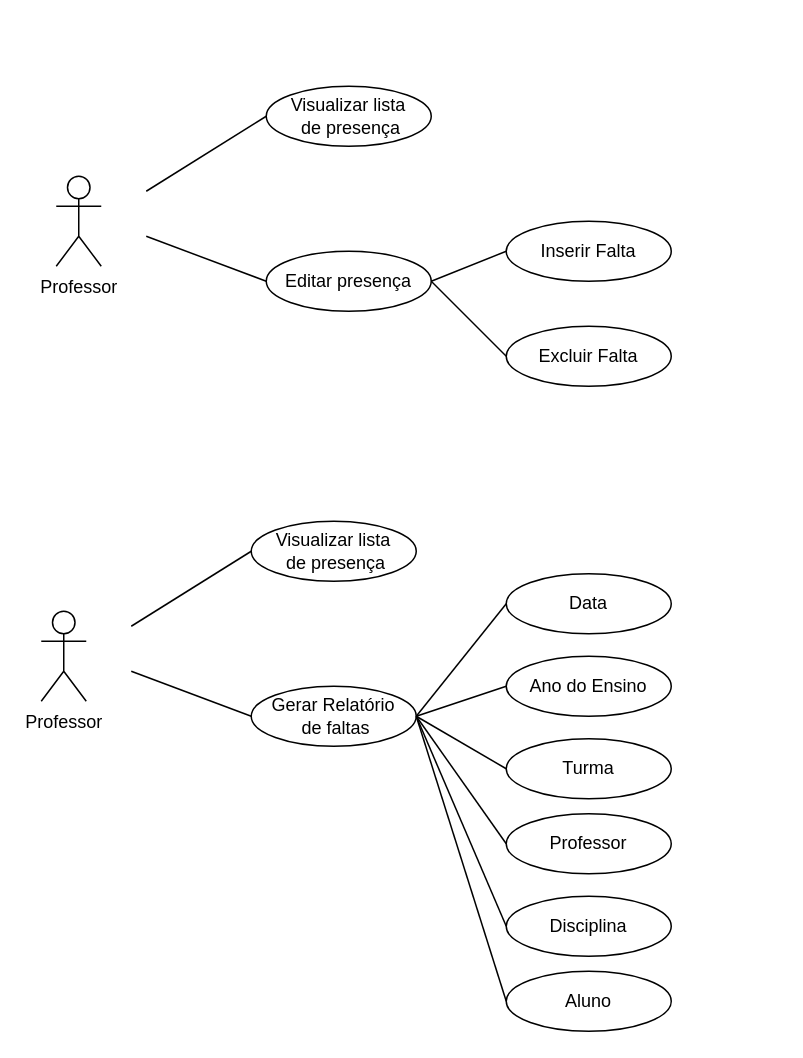
Above: flata.drawio in evelopes/java (draw.io), before the change. Source tidied: cells renumbered, new cells numbered last; positions are measured from the earlier drawing's top-left corner, leaving out a move shared by most shapes. Both pictures are drawn from the tidied source at 150%, with x=0, y=0 at pixel (40, 86).
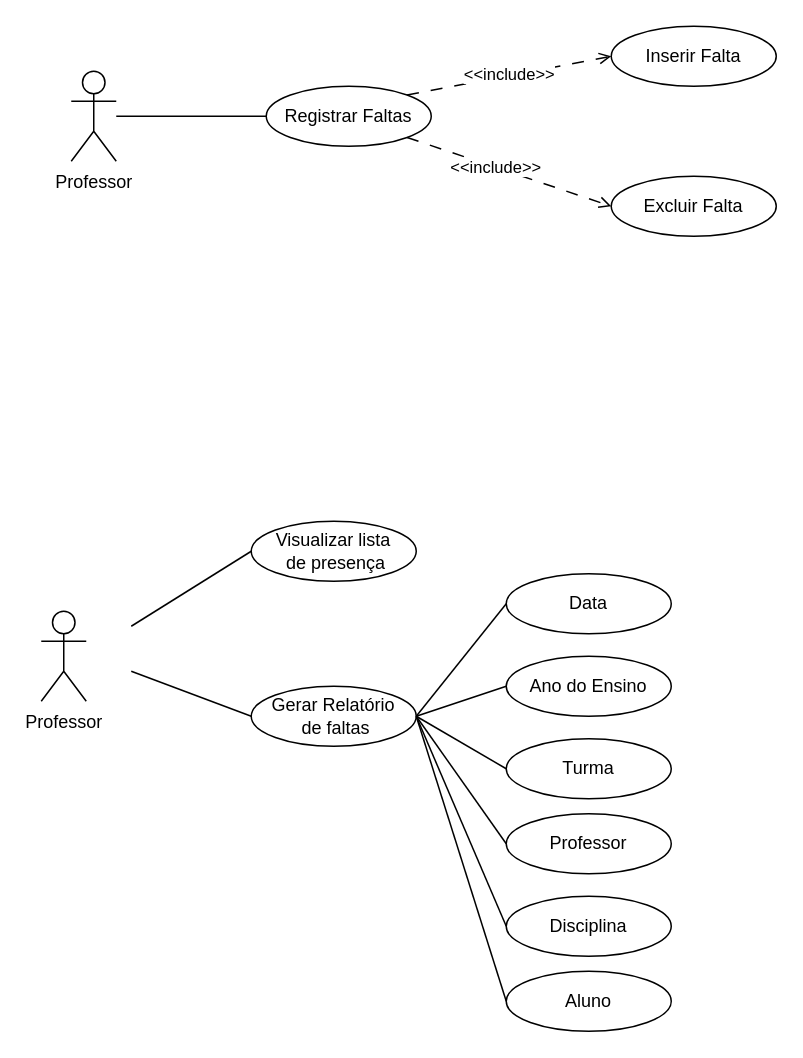
The same page after the edit.

What changed in the source:
```diff
@@
+    <mxCell id="28" style="edgeStyle=orthogonalEdgeStyle;rounded=0;jettySize=auto;html=1;entryX=0;entryY=0.5;entryDx=0;entryDy=0;endArrow=none;endFill=0;" parent="1" edge="1" source="2" target="3">
+      <mxGeometry relative="1" as="geometry" />
+    </mxCell>
     <mxCell id="2" value="Professor" style="shape=umlActor;verticalLabelPosition=bottom;verticalAlign=top;html=1;outlineConnect=0;" parent="1" vertex="1">
-      <mxGeometry x="10" y="60" width="30" height="60" as="geometry" />
+      <mxGeometry x="20" y="-10" width="30" height="60" as="geometry" />
     </mxCell>
-    <mxCell id="3" value="Visualizar lista&lt;br&gt;&amp;nbsp;de presença" style="ellipse;whiteSpace=wrap;html=1;" parent="1" vertex="1">
+    <mxCell id="3" value="Registrar Faltas" style="ellipse;whiteSpace=wrap;html=1;" parent="1" vertex="1">
       <mxGeometry x="150" width="110" height="40" as="geometry" />
     </mxCell>
-    <mxCell id="4" value="Editar presença" style="ellipse;whiteSpace=wrap;html=1;" parent="1" vertex="1">
-      <mxGeometry x="150" y="110" width="110" height="40" as="geometry" />
-    </mxCell>
     <mxCell id="5" value="Inserir Falta" style="ellipse;whiteSpace=wrap;html=1;" parent="1" vertex="1">
-      <mxGeometry x="310" y="90" width="110" height="40" as="geometry" />
+      <mxGeometry x="380" y="-40" width="110" height="40" as="geometry" />
     </mxCell>
     <mxCell id="6" value="Excluir Falta" style="ellipse;whiteSpace=wrap;html=1;" parent="1" vertex="1">
-      <mxGeometry x="310" y="160" width="110" height="40" as="geometry" />
+      <mxGeometry x="380" y="60" width="110" height="40" as="geometry" />
     </mxCell>
-    <mxCell id="7" style="endArrow=none;html=1;rounded=0;entryX=0;entryY=0.5;entryDx=0;entryDy=0;" parent="1" edge="1" target="3">
-      <mxGeometry relative="1" as="geometry">
-        <mxPoint x="70" y="70" as="sourcePoint" />
-      </mxGeometry>
-    </mxCell>
-    <mxCell id="8" style="endArrow=none;html=1;rounded=0;entryX=0;entryY=0.5;entryDx=0;entryDy=0;" parent="1" edge="1" target="4">
-      <mxGeometry relative="1" as="geometry">
-        <mxPoint x="70" y="100" as="sourcePoint" />
-      </mxGeometry>
-    </mxCell>
-    <mxCell id="9" style="endArrow=none;html=1;rounded=0;entryX=0;entryY=0.5;entryDx=0;entryDy=0;exitX=1;exitY=0.5;exitDx=0;exitDy=0;" parent="1" edge="1" source="4" target="5">
-      <mxGeometry relative="1" as="geometry" />
-    </mxCell>
-    <mxCell id="10" style="endArrow=none;html=1;rounded=0;exitX=0;exitY=0.5;exitDx=0;exitDy=0;entryX=1;entryY=0.5;entryDx=0;entryDy=0;" parent="1" edge="1" source="6" target="4">
-      <mxGeometry relative="1" as="geometry" />
-    </mxCell>
@@
+    <mxCell id="29" style="endArrow=open;html=1;rounded=0;entryX=0;entryY=0.5;entryDx=0;entryDy=0;endFill=0;dashed=1;dashPattern=8 8;exitX=1;exitY=0;exitDx=0;exitDy=0;" parent="1" edge="1" source="3" target="5">
+      <mxGeometry relative="1" as="geometry" />
+    </mxCell>
+    <mxCell id="30" value="&amp;lt;&amp;lt;include&amp;gt;&amp;gt;" style="edgeLabel;html=1;align=center;verticalAlign=middle;" parent="29" vertex="1">
+      <mxGeometry y="1" relative="1" as="geometry" />
+    </mxCell>
+    <mxCell id="31" style="endArrow=open;html=1;rounded=0;entryX=0;entryY=0.5;entryDx=0;entryDy=0;exitX=1;exitY=1;exitDx=0;exitDy=0;dashed=1;dashPattern=8 8;endFill=0;" parent="1" edge="1" source="3" target="6">
+      <mxGeometry relative="1" as="geometry" />
+    </mxCell>
+    <mxCell id="32" value="&amp;lt;&amp;lt;include&amp;gt;&amp;gt;" style="edgeLabel;html=1;align=center;verticalAlign=middle;" parent="31" vertex="1">
+      <mxGeometry x="-0.14" relative="1" as="geometry" />
+    </mxCell>
```
